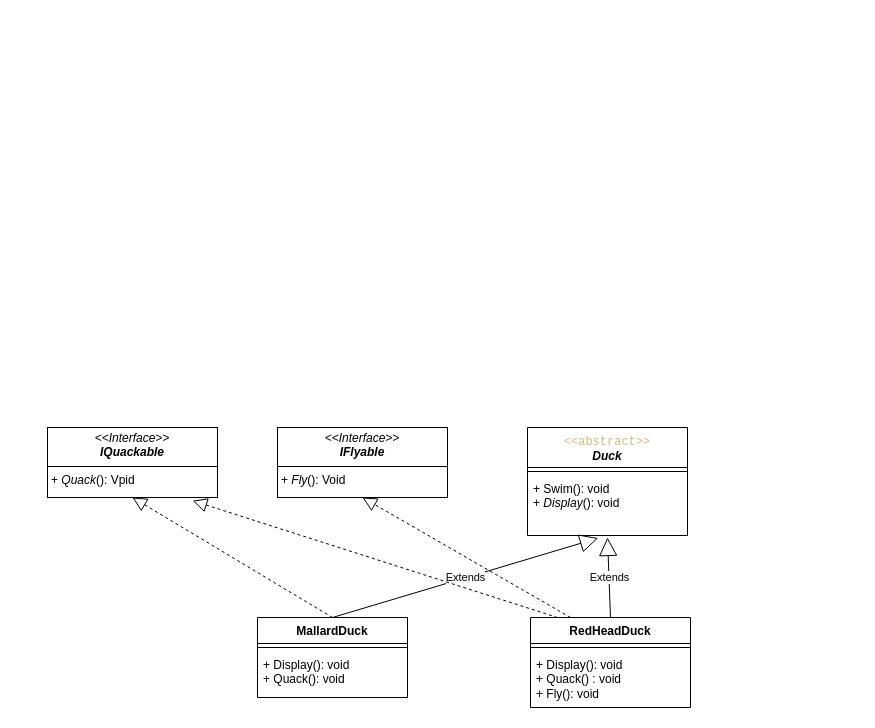
The draw.io diagram Strategy Pattern/ClassDiagram.drawio in skjinagal/DesignPatterns, before the edit. Source tidied: cells renumbered, new cells numbered last; positions are measured from the earlier drawing's top-left corner, leaving out a move shared by most shapes. Both pictures are drawn from the tidied source at 100%, with x=0, y=0 at pixel (47, 427).
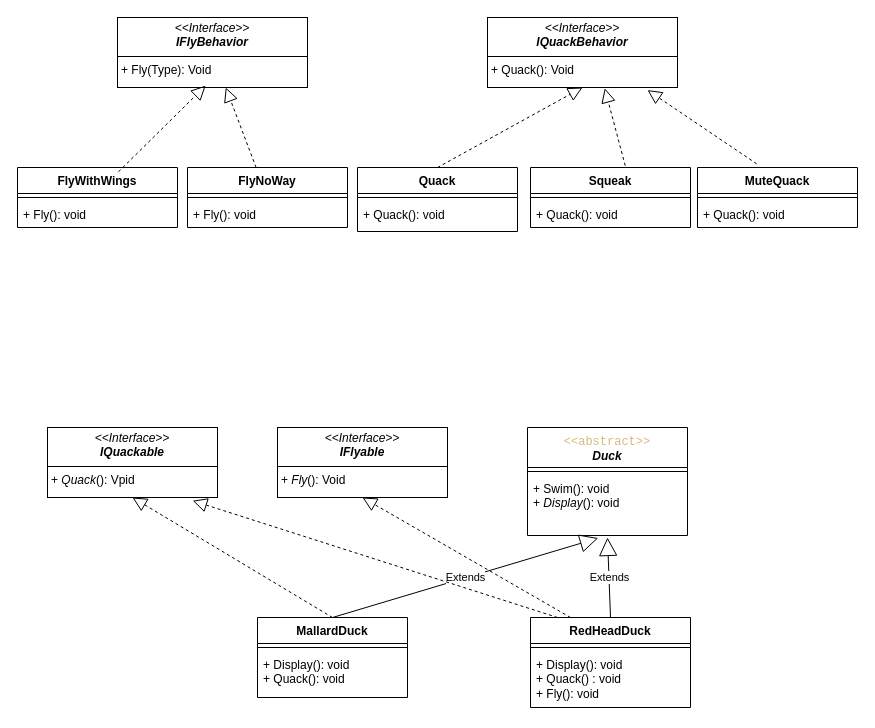
After the change.

Commit message (it also covers changes not shown here):
separted out the fly and quack behavior into seprate class and respective interfaces

Diff of the diagram source:
```diff
@@
+    <mxCell id="18" value="&lt;p style=&quot;margin:0px;margin-top:4px;text-align:center;&quot;&gt;&lt;i&gt;&amp;lt;&amp;lt;Interface&amp;gt;&amp;gt;&lt;/i&gt;&lt;br&gt;&lt;b&gt;&lt;i&gt;IFlyBehavior&lt;/i&gt;&lt;/b&gt;&lt;/p&gt;&lt;hr size=&quot;1&quot; style=&quot;border-style:solid;&quot;&gt;&lt;p style=&quot;margin:0px;margin-left:4px;&quot;&gt;+ Fly(Type): Void&lt;/p&gt;" style="verticalAlign=top;align=left;overflow=fill;html=1;whiteSpace=wrap;" parent="1" vertex="1">
+      <mxGeometry x="70" y="-410" width="190" height="70" as="geometry" />
+    </mxCell>
+    <mxCell id="19" value="&lt;p style=&quot;margin:0px;margin-top:4px;text-align:center;&quot;&gt;&lt;i&gt;&amp;lt;&amp;lt;Interface&amp;gt;&amp;gt;&lt;/i&gt;&lt;br&gt;&lt;b&gt;&lt;i&gt;IQuackBehavior&lt;/i&gt;&lt;/b&gt;&lt;/p&gt;&lt;hr size=&quot;1&quot; style=&quot;border-style:solid;&quot;&gt;&lt;p style=&quot;margin:0px;margin-left:4px;&quot;&gt;+ Quack(): Void&lt;/p&gt;" style="verticalAlign=top;align=left;overflow=fill;html=1;whiteSpace=wrap;" parent="1" vertex="1">
+      <mxGeometry x="440" y="-410" width="190" height="70" as="geometry" />
+    </mxCell>
+    <mxCell id="20" value="FlyWithWings" style="swimlane;fontStyle=1;align=center;verticalAlign=top;horizontal=1;startSize=26;whiteSpace=wrap;html=1;" parent="1" vertex="1">
+      <mxGeometry x="-30" y="-260" width="160" height="60" as="geometry" />
+    </mxCell>
+    <mxCell id="21" style="line;strokeWidth=1;fillColor=none;align=left;verticalAlign=middle;spacingTop=-1;spacingLeft=3;spacingRight=3;labelPosition=right;strokeColor=inherit;" parent="20" vertex="1">
+      <mxGeometry y="26" width="160" height="8" as="geometry" />
+    </mxCell>
+    <mxCell id="22" value="+ Fly(): void" style="text;strokeColor=none;fillColor=none;align=left;verticalAlign=top;spacingLeft=4;spacingRight=4;overflow=hidden;whiteSpace=wrap;html=1;" parent="20" vertex="1">
+      <mxGeometry y="34" width="160" height="26" as="geometry" />
+    </mxCell>
+    <mxCell id="23" value="FlyNoWay" style="swimlane;fontStyle=1;align=center;verticalAlign=top;horizontal=1;startSize=26;whiteSpace=wrap;html=1;" parent="1" vertex="1">
+      <mxGeometry x="140" y="-260" width="160" height="60" as="geometry" />
+    </mxCell>
+    <mxCell id="24" style="line;strokeWidth=1;fillColor=none;align=left;verticalAlign=middle;spacingTop=-1;spacingLeft=3;spacingRight=3;labelPosition=right;strokeColor=inherit;" parent="23" vertex="1">
+      <mxGeometry y="26" width="160" height="8" as="geometry" />
+    </mxCell>
+    <mxCell id="25" value="+ Fly(): void" style="text;strokeColor=none;fillColor=none;align=left;verticalAlign=top;spacingLeft=4;spacingRight=4;overflow=hidden;whiteSpace=wrap;html=1;" parent="23" vertex="1">
+      <mxGeometry y="34" width="160" height="26" as="geometry" />
+    </mxCell>
+    <mxCell id="26" value="Quack" style="swimlane;fontStyle=1;align=center;verticalAlign=top;horizontal=1;startSize=26;whiteSpace=wrap;html=1;" parent="1" vertex="1">
+      <mxGeometry x="310" y="-260" width="160" height="64" as="geometry" />
+    </mxCell>
+    <mxCell id="27" style="line;strokeWidth=1;fillColor=none;align=left;verticalAlign=middle;spacingTop=-1;spacingLeft=3;spacingRight=3;labelPosition=right;strokeColor=inherit;" parent="26" vertex="1">
+      <mxGeometry y="26" width="160" height="8" as="geometry" />
+    </mxCell>
+    <mxCell id="28" value="+ Quack(): void" style="text;strokeColor=none;fillColor=none;align=left;verticalAlign=top;spacingLeft=4;spacingRight=4;overflow=hidden;whiteSpace=wrap;html=1;" parent="26" vertex="1">
+      <mxGeometry y="34" width="160" height="30" as="geometry" />
+    </mxCell>
+    <mxCell id="29" value="Squeak" style="swimlane;fontStyle=1;align=center;verticalAlign=top;horizontal=1;startSize=26;whiteSpace=wrap;html=1;" parent="1" vertex="1">
+      <mxGeometry x="483" y="-260" width="160" height="60" as="geometry" />
+    </mxCell>
+    <mxCell id="30" style="line;strokeWidth=1;fillColor=none;align=left;verticalAlign=middle;spacingTop=-1;spacingLeft=3;spacingRight=3;labelPosition=right;strokeColor=inherit;" parent="29" vertex="1">
+      <mxGeometry y="26" width="160" height="8" as="geometry" />
+    </mxCell>
+    <mxCell id="31" value="&lt;span style=&quot;color: rgb(0, 0, 0);&quot;&gt;+ Quack(): void&lt;/span&gt;" style="text;strokeColor=none;fillColor=none;align=left;verticalAlign=top;spacingLeft=4;spacingRight=4;overflow=hidden;whiteSpace=wrap;html=1;" parent="29" vertex="1">
+      <mxGeometry y="34" width="160" height="26" as="geometry" />
+    </mxCell>
+    <mxCell id="32" value="MuteQuack" style="swimlane;fontStyle=1;align=center;verticalAlign=top;horizontal=1;startSize=26;whiteSpace=wrap;html=1;" parent="1" vertex="1">
+      <mxGeometry x="650" y="-260" width="160" height="60" as="geometry" />
+    </mxCell>
+    <mxCell id="33" style="line;strokeWidth=1;fillColor=none;align=left;verticalAlign=middle;spacingTop=-1;spacingLeft=3;spacingRight=3;labelPosition=right;strokeColor=inherit;" parent="32" vertex="1">
+      <mxGeometry y="26" width="160" height="8" as="geometry" />
+    </mxCell>
+    <mxCell id="34" value="&lt;span style=&quot;color: rgb(0, 0, 0);&quot;&gt;+ Quack(): void&lt;/span&gt;" style="text;strokeColor=none;fillColor=none;align=left;verticalAlign=top;spacingLeft=4;spacingRight=4;overflow=hidden;whiteSpace=wrap;html=1;" parent="32" vertex="1">
+      <mxGeometry y="34" width="160" height="26" as="geometry" />
+    </mxCell>
+    <mxCell id="35" style="endArrow=block;dashed=1;endFill=0;endSize=12;html=1;entryX=0.464;entryY=0.973;entryDx=0;entryDy=0;entryPerimeter=0;exitX=0.631;exitY=0.072;exitDx=0;exitDy=0;exitPerimeter=0;" parent="1" edge="1" source="20" target="18">
+      <mxGeometry relative="1" as="geometry" />
+    </mxCell>
+    <mxCell id="36" style="endArrow=block;dashed=1;endFill=0;endSize=12;html=1;" parent="1" edge="1" source="23" target="18">
+      <mxGeometry relative="1" as="geometry" />
+    </mxCell>
+    <mxCell id="37" style="endArrow=block;dashed=1;endFill=0;endSize=12;html=1;entryX=0.5;entryY=1;entryDx=0;entryDy=0;exitX=0.5;exitY=0;exitDx=0;exitDy=0;" parent="1" edge="1" source="26" target="19">
+      <mxGeometry relative="1" as="geometry" />
+    </mxCell>
+    <mxCell id="38" style="endArrow=block;dashed=1;endFill=0;endSize=12;html=1;entryX=0.617;entryY=1.011;entryDx=0;entryDy=0;entryPerimeter=0;exitX=0.592;exitY=-0.031;exitDx=0;exitDy=0;exitPerimeter=0;" parent="1" edge="1" source="29" target="19">
+      <mxGeometry relative="1" as="geometry" />
+    </mxCell>
+    <mxCell id="39" style="endArrow=block;dashed=1;endFill=0;endSize=12;html=1;entryX=0.842;entryY=1.037;entryDx=0;entryDy=0;entryPerimeter=0;exitX=0.37;exitY=-0.061;exitDx=0;exitDy=0;exitPerimeter=0;" parent="1" edge="1" source="32" target="19">
+      <mxGeometry relative="1" as="geometry" />
+    </mxCell>
```
